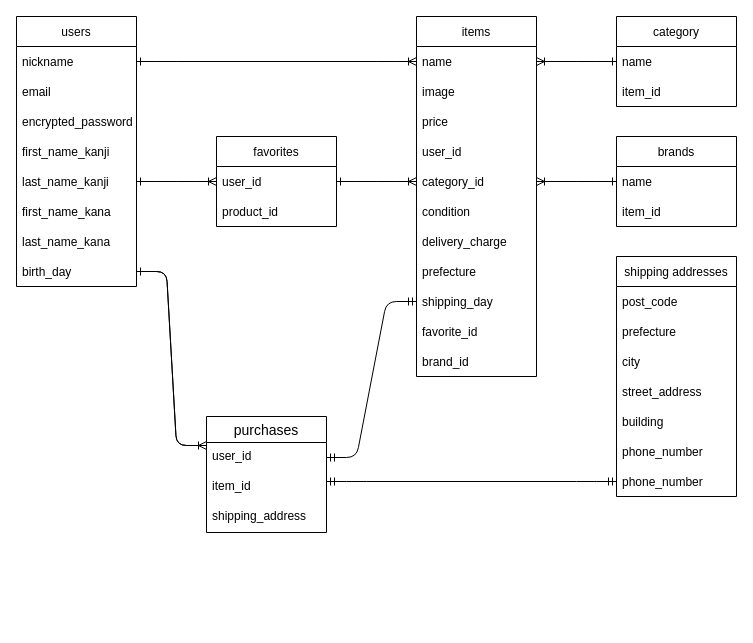
This is ER.dio from hachiko38101/furima-38101, a draw.io file, before an edit. Source tidied: cells renumbered, new cells numbered last; positions are measured from the earlier drawing's top-left corner, leaving out a move shared by most shapes. Both pictures are drawn from the tidied source at 100%, with x=0, y=0 at pixel (16, 16).
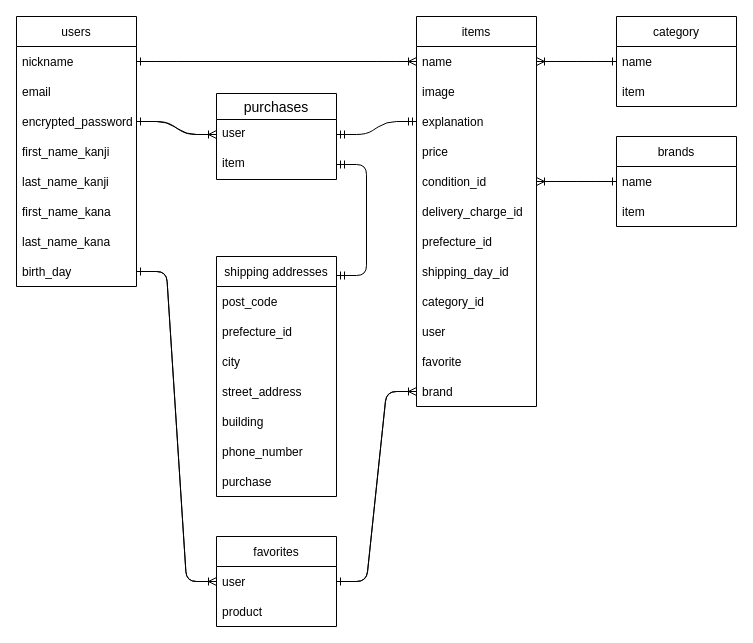
The same page after the edit.

Commit message (it also covers changes not shown here):
ER図と READMEの編集

The change refers to these unchanged cells:
```xml
<mxCell id="5" value="encrypted_password" style="text;strokeColor=none;fillColor=none;align=left;verticalAlign=middle;spacingLeft=4;spacingRight=4;overflow=hidden;points=[[0,0.5],[1,0.5]];portConstraint=eastwest;" parent="2" vertex="1">
  <mxGeometry y="90" width="120" height="30" as="geometry" />
</mxCell>
<mxCell id="7" value="last_name_kanji" style="text;strokeColor=none;fillColor=none;align=left;verticalAlign=middle;spacingLeft=4;spacingRight=4;overflow=hidden;points=[[0,0.5],[1,0.5]];portConstraint=eastwest;" parent="2" vertex="1">
  <mxGeometry y="150" width="120" height="30" as="geometry" />
</mxCell>
<mxCell id="10" value="birth_day" style="text;strokeColor=none;fillColor=none;align=left;verticalAlign=middle;spacingLeft=4;spacingRight=4;overflow=hidden;points=[[0,0.5],[1,0.5]];portConstraint=eastwest;" parent="2" vertex="1">
  <mxGeometry y="240" width="120" height="30" as="geometry" />
</mxCell>
<mxCell id="42" value="category" style="swimlane;fontStyle=0;horizontal=1;startSize=30;" parent="1" vertex="1">
  <mxGeometry x="600" width="120" height="90" as="geometry" />
</mxCell>
<mxCell id="46" value="brands" style="swimlane;fontStyle=0;horizontal=1;startSize=30;" parent="1" vertex="1">
  <mxGeometry x="600" y="120" width="120" height="90" as="geometry" />
</mxCell>
<mxCell id="47" value="name" style="text;strokeColor=none;fillColor=none;align=left;verticalAlign=middle;spacingLeft=4;spacingRight=4;overflow=hidden;points=[[0,0.5],[1,0.5]];portConstraint=eastwest;" parent="46" vertex="1">
  <mxGeometry y="30" width="120" height="30" as="geometry" />
</mxCell>
```

The edit, as a diff of the source:
```diff
@@
     <mxCell id="11" value="items" style="swimlane;fontStyle=0;horizontal=1;startSize=30;" parent="1" vertex="1">
-      <mxGeometry x="400" width="120" height="360" as="geometry" />
+      <mxGeometry x="400" width="120" height="390" as="geometry" />
     </mxCell>
@@
+    <mxCell id="58" value="image" style="text;strokeColor=none;fillColor=none;align=left;verticalAlign=middle;spacingLeft=4;spacingRight=4;overflow=hidden;" parent="11" vertex="1">
+      <mxGeometry y="60" width="120" height="30" as="geometry" />
+    </mxCell>
-    <mxCell id="13" value="image" style="text;strokeColor=none;fillColor=none;align=left;verticalAlign=middle;spacingLeft=4;spacingRight=4;overflow=hidden;points=[[0,0.5],[1,0.5]];portConstraint=eastwest;" parent="11" vertex="1">
-      <mxGeometry y="60" width="120" height="30" as="geometry" />
+    <mxCell id="13" value="explanation" style="text;strokeColor=none;fillColor=none;align=left;verticalAlign=middle;spacingLeft=4;spacingRight=4;overflow=hidden;points=[[0,0.5],[1,0.5]];portConstraint=eastwest;" parent="11" vertex="1">
+      <mxGeometry y="90" width="120" height="30" as="geometry" />
     </mxCell>
     <mxCell id="14" value="price" style="text;strokeColor=none;fillColor=none;align=left;verticalAlign=middle;spacingLeft=4;spacingRight=4;overflow=hidden;" parent="11" vertex="1">
-      <mxGeometry y="90" width="120" height="30" as="geometry" />
+      <mxGeometry y="120" width="120" height="30" as="geometry" />
     </mxCell>
-    <mxCell id="15" value="user_id" style="text;strokeColor=none;fillColor=none;align=left;verticalAlign=middle;spacingLeft=4;spacingRight=4;overflow=hidden;" parent="11" vertex="1">
-      <mxGeometry y="120" width="120" height="30" as="geometry" />
-    </mxCell>
-    <mxCell id="16" value="category_id" style="text;strokeColor=none;fillColor=none;align=left;verticalAlign=middle;spacingLeft=4;spacingRight=4;overflow=hidden;points=[[0,0.5],[1,0.5]];portConstraint=eastwest;" parent="11" vertex="1">
-      <mxGeometry y="150" width="120" height="30" as="geometry" />
-    </mxCell>
-    <mxCell id="17" value="condition" style="text;strokeColor=none;fillColor=none;align=left;verticalAlign=middle;spacingLeft=4;spacingRight=4;overflow=hidden;points=[[0,0.5],[1,0.5]];portConstraint=eastwest;" parent="11" vertex="1">
-      <mxGeometry y="180" width="120" height="30" as="geometry" />
+    <mxCell id="17" value="condition_id" style="text;strokeColor=none;fillColor=none;align=left;verticalAlign=middle;spacingLeft=4;spacingRight=4;overflow=hidden;points=[[0,0.5],[1,0.5]];portConstraint=eastwest;" parent="11" vertex="1">
+      <mxGeometry y="150" width="120" height="30" as="geometry" />
     </mxCell>
-    <mxCell id="18" value="delivery_charge" style="text;strokeColor=none;fillColor=none;align=left;verticalAlign=middle;spacingLeft=4;spacingRight=4;overflow=hidden;" parent="11" vertex="1">
-      <mxGeometry y="210" width="120" height="30" as="geometry" />
+    <mxCell id="18" value="delivery_charge_id" style="text;strokeColor=none;fillColor=none;align=left;verticalAlign=middle;spacingLeft=4;spacingRight=4;overflow=hidden;" parent="11" vertex="1">
+      <mxGeometry y="180" width="120" height="30" as="geometry" />
     </mxCell>
-    <mxCell id="19" value="prefecture" style="text;strokeColor=none;fillColor=none;align=left;verticalAlign=middle;spacingLeft=4;spacingRight=4;overflow=hidden;" parent="11" vertex="1">
-      <mxGeometry y="240" width="120" height="30" as="geometry" />
+    <mxCell id="19" value="prefecture_id" style="text;strokeColor=none;fillColor=none;align=left;verticalAlign=middle;spacingLeft=4;spacingRight=4;overflow=hidden;" parent="11" vertex="1">
+      <mxGeometry y="210" width="120" height="30" as="geometry" />
     </mxCell>
-    <mxCell id="20" value="shipping_day" style="text;strokeColor=none;fillColor=none;align=left;verticalAlign=middle;spacingLeft=4;spacingRight=4;overflow=hidden;points=[[0,0.5],[1,0.5]];portConstraint=eastwest;" parent="11" vertex="1">
-      <mxGeometry y="270" width="120" height="30" as="geometry" />
+    <mxCell id="20" value="shipping_day_id" style="text;strokeColor=none;fillColor=none;align=left;verticalAlign=middle;spacingLeft=4;spacingRight=4;overflow=hidden;points=[[0,0.5],[1,0.5]];portConstraint=eastwest;" parent="11" vertex="1">
+      <mxGeometry y="240" width="120" height="30" as="geometry" />
     </mxCell>
+    <mxCell id="16" value="category_id" style="text;strokeColor=none;fillColor=none;align=left;verticalAlign=middle;spacingLeft=4;spacingRight=4;overflow=hidden;points=[[0,0.5],[1,0.5]];portConstraint=eastwest;" parent="11" vertex="1">
+      <mxGeometry y="270" width="120" height="30" as="geometry" />
+    </mxCell>
+    <mxCell id="15" value="user " style="text;strokeColor=none;fillColor=none;align=left;verticalAlign=middle;spacingLeft=4;spacingRight=4;overflow=hidden;" parent="11" vertex="1">
+      <mxGeometry y="300" width="120" height="30" as="geometry" />
+    </mxCell>
-    <mxCell id="21" value="favorite_id" style="text;strokeColor=none;fillColor=none;align=left;verticalAlign=middle;spacingLeft=4;spacingRight=4;overflow=hidden;" parent="11" vertex="1">
-      <mxGeometry y="300" width="120" height="30" as="geometry" />
+    <mxCell id="21" value="favorite" style="text;strokeColor=none;fillColor=none;align=left;verticalAlign=middle;spacingLeft=4;spacingRight=4;overflow=hidden;" parent="11" vertex="1">
+      <mxGeometry y="330" width="120" height="30" as="geometry" />
     </mxCell>
-    <mxCell id="22" value="brand_id" style="text;strokeColor=none;fillColor=none;align=left;verticalAlign=middle;spacingLeft=4;spacingRight=4;overflow=hidden;points=[[0,0.5],[1,0.5]];portConstraint=eastwest;" parent="11" vertex="1">
-      <mxGeometry y="330" width="120" height="30" as="geometry" />
+    <mxCell id="22" value="brand" style="text;strokeColor=none;fillColor=none;align=left;verticalAlign=middle;spacingLeft=4;spacingRight=4;overflow=hidden;points=[[0,0.5],[1,0.5]];portConstraint=eastwest;" parent="11" vertex="1">
+      <mxGeometry y="360" width="120" height="30" as="geometry" />
     </mxCell>
     <mxCell id="23" value="favorites" style="swimlane;fontStyle=0;horizontal=1;startSize=30;" parent="1" vertex="1">
-      <mxGeometry x="200" y="120" width="120" height="90" as="geometry" />
+      <mxGeometry x="200" y="520" width="120" height="90" as="geometry" />
     </mxCell>
-    <mxCell id="24" value="user_id" style="text;strokeColor=none;fillColor=none;align=left;verticalAlign=middle;spacingLeft=4;spacingRight=4;overflow=hidden;points=[[0,0.5],[1,0.5]];portConstraint=eastwest;" parent="23" vertex="1">
+    <mxCell id="24" value="user" style="text;strokeColor=none;fillColor=none;align=left;verticalAlign=middle;spacingLeft=4;spacingRight=4;overflow=hidden;points=[[0,0.5],[1,0.5]];portConstraint=eastwest;" parent="23" vertex="1">
       <mxGeometry y="30" width="120" height="30" as="geometry" />
     </mxCell>
-    <mxCell id="25" value="product_id" style="text;strokeColor=none;fillColor=none;align=left;verticalAlign=middle;spacingLeft=4;spacingRight=4;overflow=hidden;" parent="23" vertex="1">
+    <mxCell id="25" value="product" style="text;strokeColor=none;fillColor=none;align=left;verticalAlign=middle;spacingLeft=4;spacingRight=4;overflow=hidden;" parent="23" vertex="1">
       <mxGeometry y="60" width="120" height="30" as="geometry" />
     </mxCell>
     <mxCell id="26" value="shipping addresses" style="swimlane;fontStyle=0;horizontal=1;startSize=30;" parent="1" vertex="1">
-      <mxGeometry x="600" y="240" width="120" height="240" as="geometry" />
+      <mxGeometry x="200" y="240" width="120" height="240" as="geometry" />
     </mxCell>
@@
-    <mxCell id="28" value="prefecture" style="text;strokeColor=none;fillColor=none;align=left;verticalAlign=middle;spacingLeft=4;spacingRight=4;overflow=hidden;" parent="26" vertex="1">
+    <mxCell id="28" value="prefecture_id" style="text;strokeColor=none;fillColor=none;align=left;verticalAlign=middle;spacingLeft=4;spacingRight=4;overflow=hidden;" parent="26" vertex="1">
       <mxGeometry y="60" width="120" height="30" as="geometry" />
     </mxCell>
@@
-    <mxCell id="33" value="phone_number" style="text;strokeColor=none;fillColor=none;align=left;verticalAlign=middle;spacingLeft=4;spacingRight=4;overflow=hidden;points=[[0,0.5],[1,0.5]];portConstraint=eastwest;" parent="26" vertex="1">
+    <mxCell id="33" value="purchase" style="text;strokeColor=none;fillColor=none;align=left;verticalAlign=middle;spacingLeft=4;spacingRight=4;overflow=hidden;points=[[0,0.5],[1,0.5]];portConstraint=eastwest;" parent="26" vertex="1">
       <mxGeometry y="210" width="120" height="30" as="geometry" />
     </mxCell>
@@
-    <mxCell id="35" style="edgeStyle=entityRelationEdgeStyle;fontSize=12;html=1;endArrow=ERoneToMany;exitX=1;exitY=0.5;exitDx=0;exitDy=0;entryX=0;entryY=0.5;entryDx=0;entryDy=0;" parent="1" edge="1" source="24" target="16">
+    <mxCell id="35" style="edgeStyle=entityRelationEdgeStyle;fontSize=12;html=1;endArrow=ERoneToMany;exitX=1;exitY=0.5;exitDx=0;exitDy=0;entryX=0;entryY=0.5;entryDx=0;entryDy=0;" parent="1" edge="1" source="24" target="22">
       <mxGeometry relative="1" as="geometry" />
     </mxCell>
-    <mxCell id="36" style="edgeStyle=entityRelationEdgeStyle;fontSize=12;html=1;endArrow=ERmandOne;startArrow=ERmandOne;exitX=0;exitY=0.5;exitDx=0;exitDy=0;" parent="1" edge="1" source="20" target="38">
+    <mxCell id="36" style="edgeStyle=entityRelationEdgeStyle;fontSize=12;html=1;endArrow=ERmandOne;startArrow=ERmandOne;exitX=0;exitY=0.5;exitDx=0;exitDy=0;" parent="1" edge="1" source="13" target="38">
       <mxGeometry relative="1" as="geometry" />
     </mxCell>
     <mxCell id="37" value="purchases" style="swimlane;fontStyle=0;horizontal=1;startSize=26;align=center;fontSize=14;" parent="1" vertex="1">
-      <mxGeometry x="190" y="400" width="120" height="116" as="geometry" />
+      <mxGeometry x="200" y="77" width="120" height="86" as="geometry" />
     </mxCell>
-    <mxCell id="38" value="user_id" style="text;strokeColor=none;fillColor=none;spacingLeft=4;spacingRight=4;overflow=hidden;points=[[0,0.5],[1,0.5]];portConstraint=eastwest;fontSize=12;" parent="37" vertex="1">
+    <mxCell id="38" value="user" style="text;strokeColor=none;fillColor=none;spacingLeft=4;spacingRight=4;overflow=hidden;points=[[0,0.5],[1,0.5]];portConstraint=eastwest;fontSize=12;" parent="37" vertex="1">
       <mxGeometry y="26" width="120" height="30" as="geometry" />
     </mxCell>
-    <mxCell id="39" value="item_id" style="text;strokeColor=none;fillColor=none;spacingLeft=4;spacingRight=4;overflow=hidden;points=[[0,0.5],[1,0.5]];portConstraint=eastwest;fontSize=12;" parent="37" vertex="1">
+    <mxCell id="39" value="item" style="text;strokeColor=none;fillColor=none;spacingLeft=4;spacingRight=4;overflow=hidden;points=[[0,0.5],[1,0.5]];portConstraint=eastwest;fontSize=12;" parent="37" vertex="1">
       <mxGeometry y="56" width="120" height="30" as="geometry" />
     </mxCell>
-    <mxCell id="40" value="shipping_address" style="text;strokeColor=none;fillColor=none;spacingLeft=4;spacingRight=4;overflow=hidden;fontSize=12;" parent="37" vertex="1">
-      <mxGeometry y="86" width="120" height="30" as="geometry" />
-    </mxCell>
-    <mxCell id="41" style="edgeStyle=entityRelationEdgeStyle;fontSize=12;html=1;endArrow=ERoneToMany;exitX=1;exitY=0.5;exitDx=0;exitDy=0;entryX=0;entryY=0.25;entryDx=0;entryDy=0;" parent="1" edge="1" source="10" target="37">
+    <mxCell id="41" style="edgeStyle=entityRelationEdgeStyle;fontSize=12;html=1;endArrow=ERoneToMany;exitX=1;exitY=0.5;exitDx=0;exitDy=0;entryX=0;entryY=0.5;entryDx=0;entryDy=0;" parent="1" edge="1" source="5" target="38">
       <mxGeometry relative="1" as="geometry" />
     </mxCell>
@@
-    <mxCell id="44" value="item_id" style="text;strokeColor=none;fillColor=none;align=left;verticalAlign=middle;spacingLeft=4;spacingRight=4;overflow=hidden;" parent="42" vertex="1">
+    <mxCell id="44" value="item" style="text;strokeColor=none;fillColor=none;align=left;verticalAlign=middle;spacingLeft=4;spacingRight=4;overflow=hidden;" parent="42" vertex="1">
       <mxGeometry y="60" width="120" height="30" as="geometry" />
     </mxCell>
@@
-    <mxCell id="48" value="item_id" style="text;strokeColor=none;fillColor=none;align=left;verticalAlign=middle;spacingLeft=4;spacingRight=4;overflow=hidden;" parent="46" vertex="1">
+    <mxCell id="48" value="item" style="text;strokeColor=none;fillColor=none;align=left;verticalAlign=middle;spacingLeft=4;spacingRight=4;overflow=hidden;" parent="46" vertex="1">
       <mxGeometry y="60" width="120" height="30" as="geometry" />
     </mxCell>
-    <mxCell id="49" style="edgeStyle=entityRelationEdgeStyle;fontSize=12;html=1;endArrow=ERoneToMany;entryX=1;entryY=0.5;entryDx=0;entryDy=0;exitX=0;exitY=0.5;exitDx=0;exitDy=0;" parent="1" edge="1" source="47" target="16">
+    <mxCell id="49" style="edgeStyle=entityRelationEdgeStyle;fontSize=12;html=1;endArrow=ERoneToMany;entryX=1;entryY=0.5;entryDx=0;entryDy=0;exitX=0;exitY=0.5;exitDx=0;exitDy=0;" parent="1" edge="1" source="47" target="17">
       <mxGeometry relative="1" as="geometry" />
     </mxCell>
-    <mxCell id="50" style="edgeStyle=entityRelationEdgeStyle;fontSize=12;html=1;endArrow=ERoneToMany;exitX=1;exitY=0.5;exitDx=0;exitDy=0;entryX=0;entryY=0.5;entryDx=0;entryDy=0;" parent="1" edge="1" source="7" target="24">
+    <mxCell id="50" style="edgeStyle=entityRelationEdgeStyle;fontSize=12;html=1;endArrow=ERoneToMany;exitX=1;exitY=0.5;exitDx=0;exitDy=0;entryX=0;entryY=0.5;entryDx=0;entryDy=0;" parent="1" edge="1" source="10" target="24">
       <mxGeometry relative="1" as="geometry" />
     </mxCell>
-    <mxCell id="51" style="edgeStyle=entityRelationEdgeStyle;fontSize=12;html=1;endArrow=ERone;endFill=1;entryX=1;entryY=0.5;entryDx=0;entryDy=0;exitX=0;exitY=0.5;exitDx=0;exitDy=0;" parent="1" edge="1" source="24" target="7">
+    <mxCell id="51" style="edgeStyle=entityRelationEdgeStyle;fontSize=12;html=1;endArrow=ERone;endFill=1;entryX=1;entryY=0.5;entryDx=0;entryDy=0;exitX=0;exitY=0.5;exitDx=0;exitDy=0;" parent="1" edge="1" source="24" target="10">
       <mxGeometry relative="1" as="geometry" />
     </mxCell>
-    <mxCell id="52" style="edgeStyle=entityRelationEdgeStyle;fontSize=12;html=1;endArrow=ERone;endFill=1;exitX=0;exitY=0.25;exitDx=0;exitDy=0;entryX=1;entryY=0.5;entryDx=0;entryDy=0;" parent="1" edge="1" source="37" target="10">
+    <mxCell id="52" style="edgeStyle=entityRelationEdgeStyle;fontSize=12;html=1;endArrow=ERone;endFill=1;exitX=0;exitY=0.5;exitDx=0;exitDy=0;entryX=1;entryY=0.5;entryDx=0;entryDy=0;" parent="1" edge="1" source="38" target="5">
       <mxGeometry relative="1" as="geometry" />
     </mxCell>
@@
-    <mxCell id="55" style="edgeStyle=entityRelationEdgeStyle;fontSize=12;html=1;endArrow=ERone;endFill=1;entryX=0;entryY=0.5;entryDx=0;entryDy=0;exitX=1;exitY=0.5;exitDx=0;exitDy=0;" parent="1" edge="1" source="16" target="47">
+    <mxCell id="55" style="edgeStyle=entityRelationEdgeStyle;fontSize=12;html=1;endArrow=ERone;endFill=1;entryX=0;entryY=0.5;entryDx=0;entryDy=0;exitX=1;exitY=0.5;exitDx=0;exitDy=0;" parent="1" edge="1" source="17" target="47">
       <mxGeometry relative="1" as="geometry" />
     </mxCell>
-    <mxCell id="56" style="edgeStyle=entityRelationEdgeStyle;fontSize=12;html=1;endArrow=ERone;endFill=1;entryX=1;entryY=0.5;entryDx=0;entryDy=0;exitX=0;exitY=0.5;exitDx=0;exitDy=0;" parent="1" edge="1" source="16" target="24">
+    <mxCell id="56" style="edgeStyle=entityRelationEdgeStyle;fontSize=12;html=1;endArrow=ERone;endFill=1;entryX=1;entryY=0.5;entryDx=0;entryDy=0;exitX=0;exitY=0.5;exitDx=0;exitDy=0;" parent="1" edge="1" source="22" target="24">
       <mxGeometry relative="1" as="geometry" />
     </mxCell>
-    <mxCell id="57" style="edgeStyle=entityRelationEdgeStyle;fontSize=12;html=1;endArrow=ERmandOne;startArrow=ERmandOne;entryX=0;entryY=0.5;entryDx=0;entryDy=0;" parent="1" edge="1" target="33">
+    <mxCell id="57" style="edgeStyle=entityRelationEdgeStyle;fontSize=12;html=1;endArrow=ERmandOne;startArrow=ERmandOne;entryX=1;entryY=0.5;entryDx=0;entryDy=0;" parent="1" edge="1" target="39">
       <mxGeometry relative="1" as="geometry">
-        <mxPoint x="310" y="465" as="sourcePoint" />
+        <mxPoint x="320" y="259" as="sourcePoint" />
       </mxGeometry>
     </mxCell>
```
